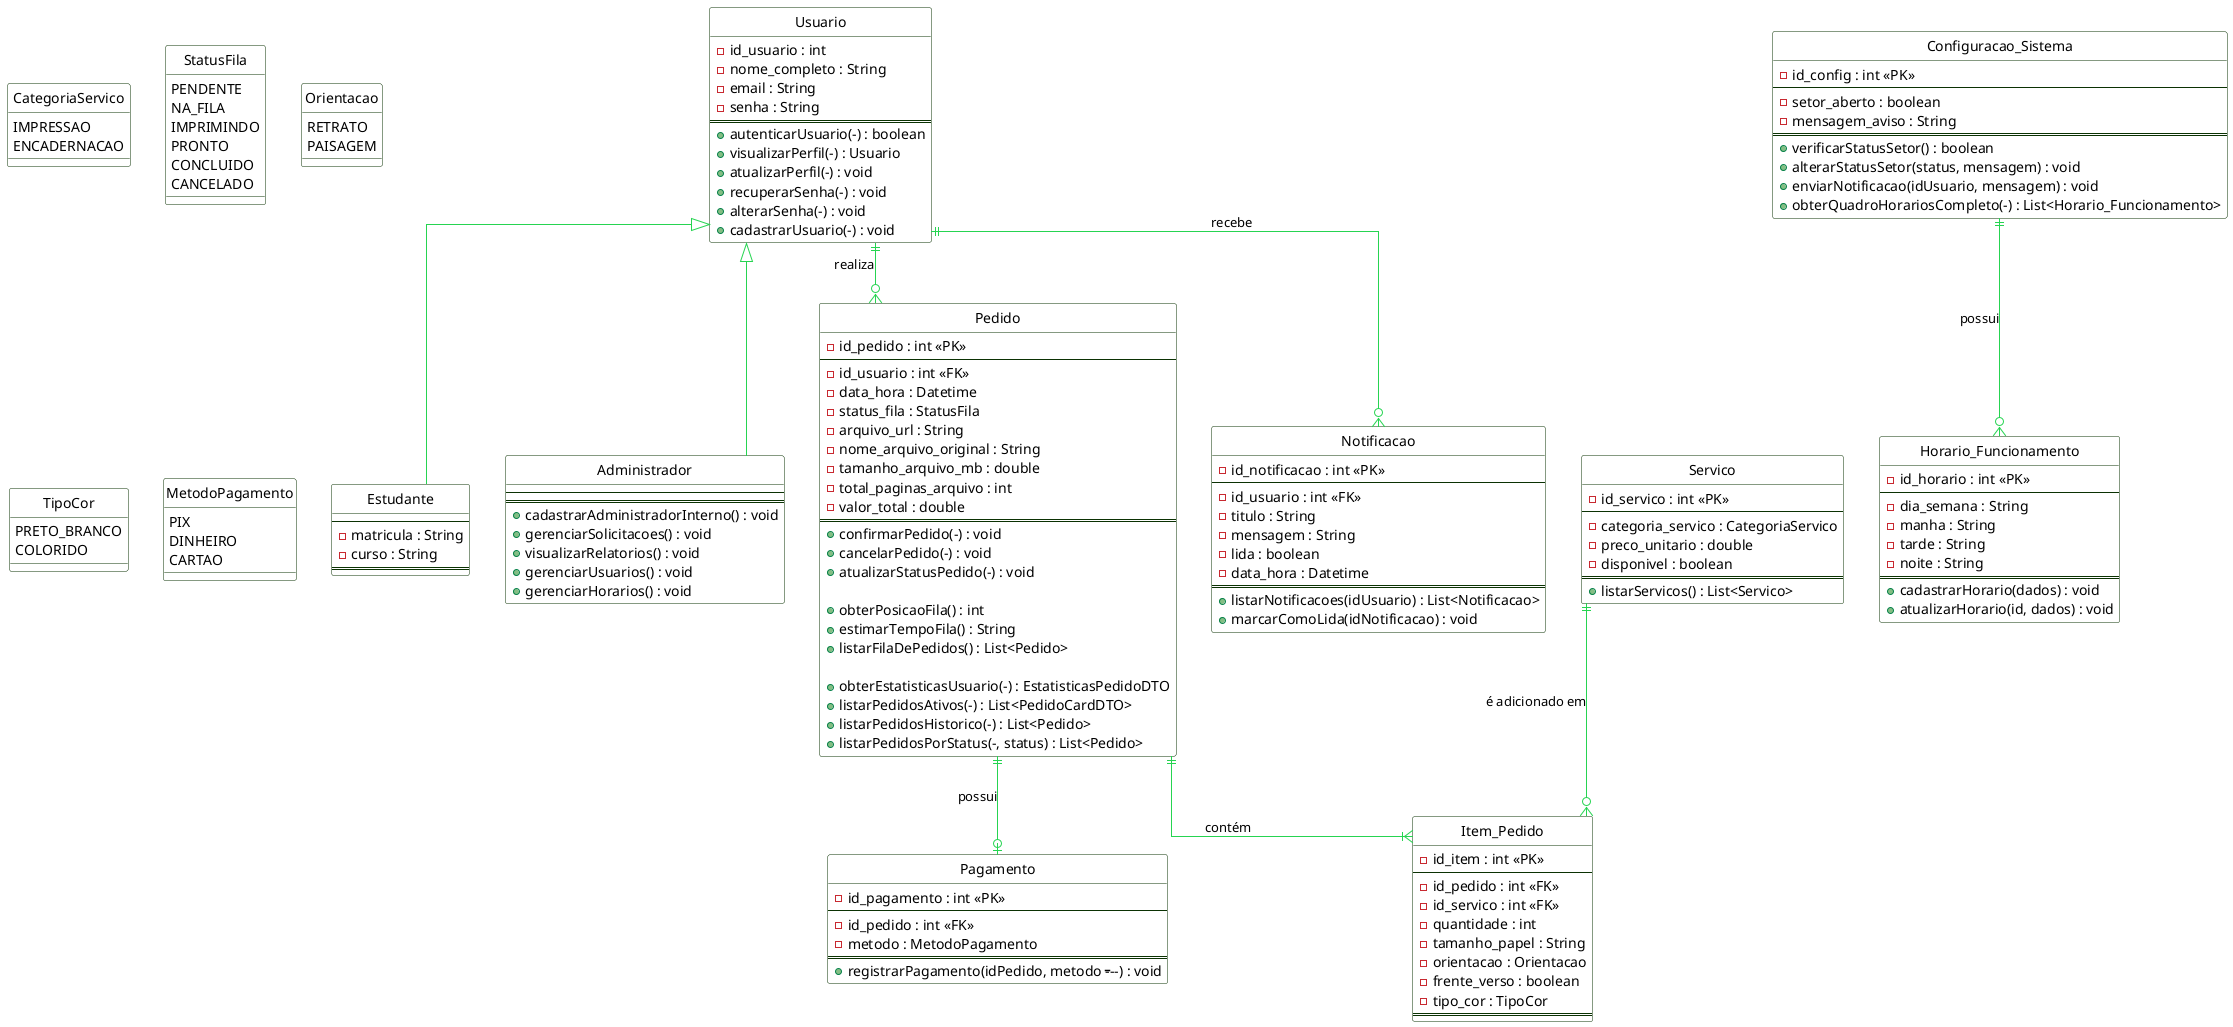
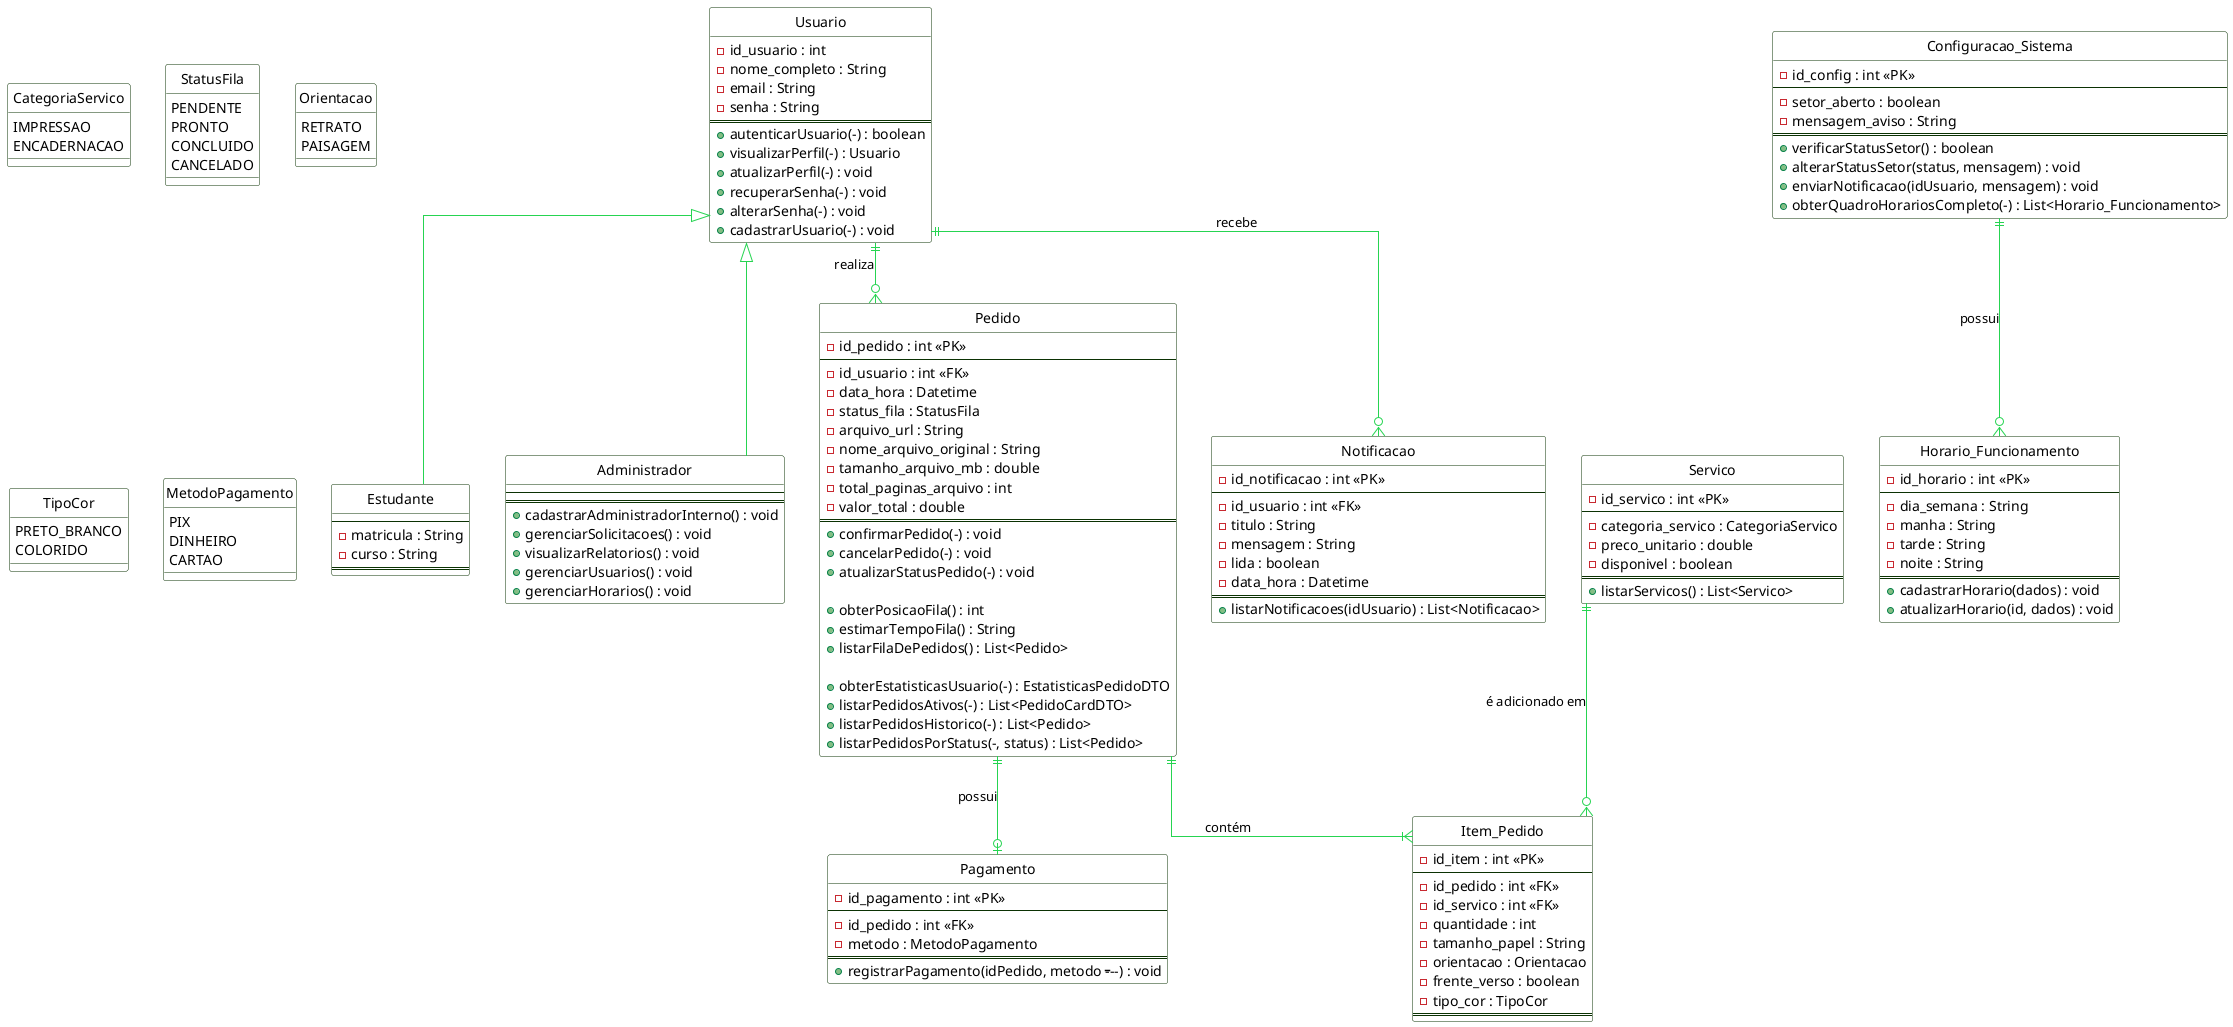
@startuml diagram
' Configurações visuais para deixar o diagrama mais limpo e profissional
hide circle
skinparam linetype ortho
skinparam shadowing false
skinparam class {
    BackgroundColor White
    ArrowColor #26d451
    BorderColor #0b3203
}

' --- Definição dos ENUMS ---
enum CategoriaServico {
  IMPRESSAO
  ENCADERNACAO
}

enum StatusFila {
  PENDENTE
-   NA_FILA
-   IMPRIMINDO
  PRONTO
  CONCLUIDO
  CANCELADO
}

enum Orientacao {
  RETRATO
  PAISAGEM
}

enum TipoCor {
  PRETO_BRANCO
  COLORIDO
}

enum MetodoPagamento {
  PIX
  DINHEIRO
  CARTAO
}

' --- Definição das Classes (Tabelas + Métodos) ---

class "Usuario" as usuario {
  - id_usuario : int
  - nome_completo : String
  - email : String
  - senha : String
  ==
  + autenticarUsuario(-) : boolean
  + visualizarPerfil(-) : Usuario
  + atualizarPerfil(-) : void
  + recuperarSenha(-) : void
  + alterarSenha(-) : void
  + cadastrarUsuario(-) : void
}

class "Estudante" as estudante {
  --
  - matricula : String
  - curso : String
  ==
}

class "Administrador" as admin {
  --
  ==
  + cadastrarAdministradorInterno() : void
  + gerenciarSolicitacoes() : void
  + visualizarRelatorios() : void
  + gerenciarUsuarios() : void
  + gerenciarHorarios() : void
}

class "Servico" as servico {
  - id_servico : int <<PK>>
  --
  - categoria_servico : CategoriaServico
  - preco_unitario : double
  - disponivel : boolean
  ==
  + listarServicos() : List<Servico>
}

class "Pedido" as pedido {
  - id_pedido : int <<PK>>
  --
  - id_usuario : int <<FK>>
  - data_hora : Datetime
  - status_fila : StatusFila
  - arquivo_url : String
  - nome_arquivo_original : String
  - tamanho_arquivo_mb : double
  - total_paginas_arquivo : int
  - valor_total : double
  ==
  + confirmarPedido(-) : void
  + cancelarPedido(-) : void
  + atualizarStatusPedido(-) : void

  + obterPosicaoFila() : int
  + estimarTempoFila() : String
  + listarFilaDePedidos() : List<Pedido>

  + obterEstatisticasUsuario(-) : EstatisticasPedidoDTO
  + listarPedidosAtivos(-) : List<PedidoCardDTO>
  + listarPedidosHistorico(-) : List<Pedido>
  + listarPedidosPorStatus(-, status) : List<Pedido>
}

class "Item_Pedido" as item_pedido {
  - id_item : int <<PK>>
  --
  - id_pedido : int <<FK>>
  - id_servico : int <<FK>>
  - quantidade : int
  - tamanho_papel : String
  - orientacao : Orientacao
  - frente_verso : boolean
  - tipo_cor : TipoCor
  ==
}

class "Pagamento" as pagamento {
  - id_pagamento : int <<PK>>
  --
  - id_pedido : int <<FK>>
  - metodo : MetodoPagamento
  ==
  + registrarPagamento(idPedido, metodo -------) : void
}

class "Notificacao" as notificacao {
  - id_notificacao : int <<PK>>
  --
  - id_usuario : int <<FK>>
  - titulo : String
  - mensagem : String
  - lida : boolean
  - data_hora : Datetime
  ==
  + listarNotificacoes(idUsuario) : List<Notificacao>
-   + marcarComoLida(idNotificacao) : void
}

class "Horario_Funcionamento" as horario {
  - id_horario : int <<PK>>
  --
  - dia_semana : String
  - manha : String
  - tarde : String
  - noite : String
  ==
  + cadastrarHorario(dados) : void
  + atualizarHorario(id, dados) : void
}

class "Configuracao_Sistema" as config {
  - id_config : int <<PK>>
  --
  - setor_aberto : boolean
  - mensagem_aviso : String
  ==
  + verificarStatusSetor() : boolean
  + alterarStatusSetor(status, mensagem) : void
  + enviarNotificacao(idUsuario, mensagem) : void
  + obterQuadroHorariosCompleto(-) : List<Horario_Funcionamento>
}

' --- Definição dos Relacionamentos ---

usuario <|-- estudante
usuario <|-- admin

usuario ||--o{ pedido : "realiza"
usuario ||--o{ notificacao : "recebe"
pedido ||--|{ item_pedido : "contém"
servico ||--o{ item_pedido : "é adicionado em"
pedido ||--o| pagamento : "possui"
config ||--o{ horario : "possui"

@enduml